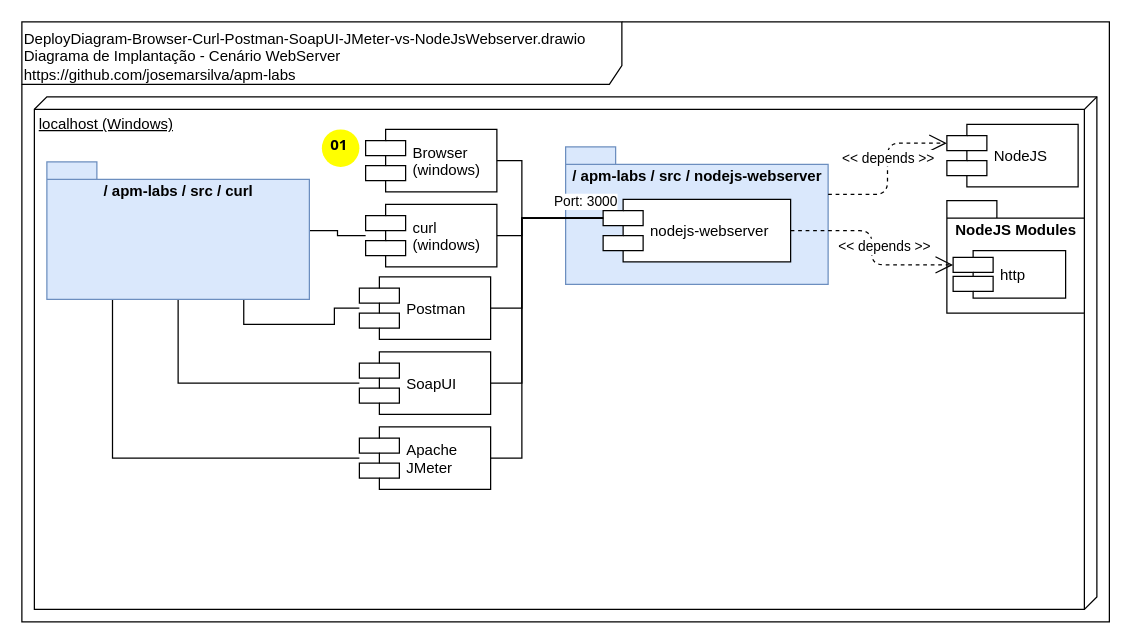
Before: doc/DeployDiagram-Browser-Curl-Postman-SoapUI-JMeter-vs-NodeJsWebserver.drawio in josemarsilva/apm-labs, a draw.io diagram. Source tidied: cells renumbered, new cells numbered last; positions are measured from the earlier drawing's top-left corner, leaving out a move shared by most shapes. Both pictures are drawn from the tidied source at 125%, with x=0, y=0 at pixel (21, 21).
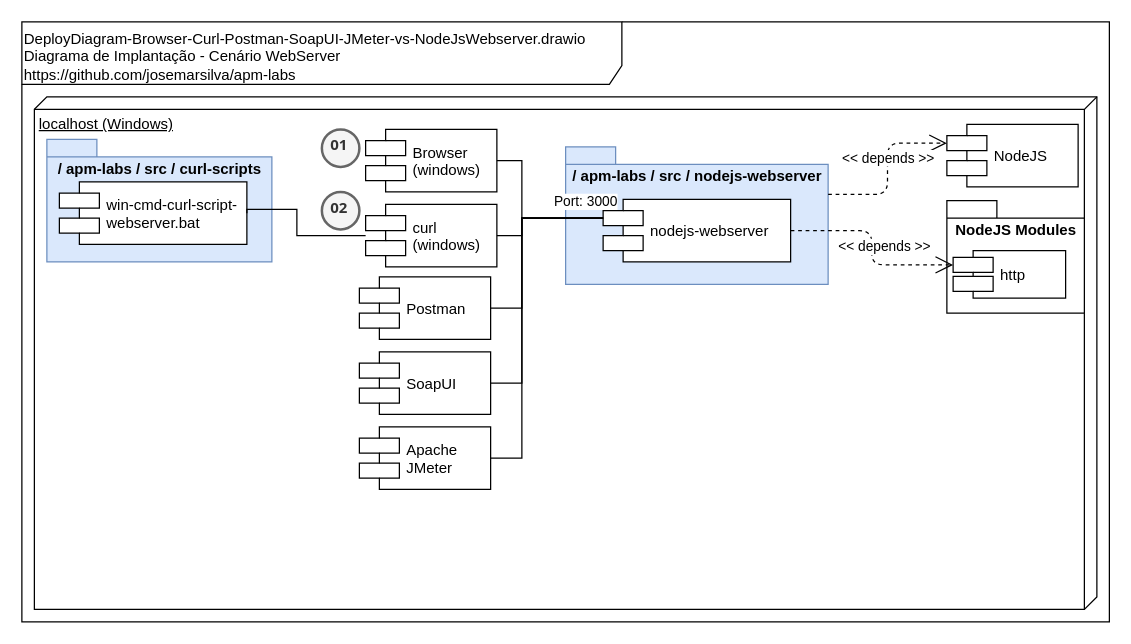
The same page after the edit.

The change refers to these unchanged cells:
```xml
<mxCell id="5" value="curl&#10;(windows)" style="shape=component;align=left;spacingLeft=36;" parent="1" vertex="1">
  <mxGeometry x="275" y="146" width="105" height="50" as="geometry" />
</mxCell>
<mxCell id="7" value="Postman" style="shape=component;align=left;spacingLeft=36;" parent="1" vertex="1">
  <mxGeometry x="270" y="204" width="105" height="50" as="geometry" />
</mxCell>
<mxCell id="10" value="SoapUI" style="shape=component;align=left;spacingLeft=36;" parent="1" vertex="1">
  <mxGeometry x="270" y="264" width="105" height="50" as="geometry" />
</mxCell>
<mxCell id="14" value="Apache&#10;JMeter" style="shape=component;align=left;spacingLeft=36;" parent="1" vertex="1">
  <mxGeometry x="270" y="324" width="105" height="50" as="geometry" />
</mxCell>
```

Diff of the diagram source:
```diff
@@
-    <mxCell id="4" style="edgeStyle=orthogonalEdgeStyle;rounded=0;jettySize=auto;html=1;endArrow=none;endFill=0;fontSize=11;" parent="1" edge="1" source="5" target="27">
-      <mxGeometry relative="1" as="geometry" />
-    </mxCell>
@@
-    <mxCell id="6" style="edgeStyle=orthogonalEdgeStyle;rounded=0;jettySize=auto;html=1;endArrow=none;endFill=0;fontSize=11;entryX=0.75;entryY=1;entryDx=0;entryDy=0;entryPerimeter=0;" parent="1" edge="1" source="7" target="27">
-      <mxGeometry relative="1" as="geometry" />
-    </mxCell>
@@
-    <mxCell id="9" style="edgeStyle=orthogonalEdgeStyle;rounded=0;jettySize=auto;html=1;endArrow=none;endFill=0;fontSize=11;" parent="1" edge="1" source="10" target="27">
-      <mxGeometry relative="1" as="geometry" />
-    </mxCell>
@@
-    <mxCell id="13" style="edgeStyle=orthogonalEdgeStyle;rounded=0;jettySize=auto;html=1;entryX=0.25;entryY=1;entryDx=0;entryDy=0;entryPerimeter=0;endArrow=none;endFill=0;fontSize=11;" parent="1" edge="1" source="14" target="27">
-      <mxGeometry relative="1" as="geometry" />
-    </mxCell>
@@
-    <mxCell id="16" value="01" style="ellipse;whiteSpace=wrap;html=1;strokeWidth=2;fontFamily=Tahoma;spacingBottom=4;spacingRight=2;fillColor=#FFFF00;strokeColor=none;fontStyle=1;" parent="1" vertex="1">
+    <mxCell id="16" value="01" style="ellipse;whiteSpace=wrap;html=1;strokeWidth=2;fontFamily=Tahoma;spacingBottom=4;spacingRight=2;fontStyle=1;fillColor=#f5f5f5;strokeColor=#666666;fontColor=#333333;" parent="1" vertex="1">
       <mxGeometry x="240" y="86" width="30" height="30" as="geometry" />
     </mxCell>
@@
-    <mxCell id="27" value="/ apm-labs / src /&amp;nbsp;&lt;span style=&quot;text-align: left&quot;&gt;curl&lt;/span&gt;" style="shape=folder;fontStyle=1;spacingTop=10;tabWidth=40;tabHeight=14;tabPosition=left;html=1;verticalAlign=top;fillColor=#dae8fc;strokeColor=#6c8ebf;" parent="1" vertex="1">
-      <mxGeometry x="20" y="112" width="210" height="110" as="geometry" />
+    <mxCell id="27" value="/ apm-labs / src /&amp;nbsp;&lt;span style=&quot;text-align: left&quot;&gt;curl-scripts&lt;/span&gt;" style="shape=folder;fontStyle=1;spacingTop=10;tabWidth=40;tabHeight=14;tabPosition=left;html=1;verticalAlign=top;fillColor=#dae8fc;strokeColor=#6c8ebf;" parent="1" vertex="1">
+      <mxGeometry x="20" y="94" width="180" height="98" as="geometry" />
     </mxCell>
+    <mxCell id="28" value="win-cmd-curl-script-&#10;webserver.bat" style="shape=component;align=left;spacingLeft=36;" parent="1" vertex="1">
+      <mxGeometry x="30" y="128" width="150" height="50" as="geometry" />
+    </mxCell>
+    <mxCell id="29" value="02" style="ellipse;whiteSpace=wrap;html=1;strokeWidth=2;fontFamily=Tahoma;spacingBottom=4;spacingRight=2;fontStyle=1;fillColor=#f5f5f5;strokeColor=#666666;fontColor=#333333;" parent="1" vertex="1">
+      <mxGeometry x="240" y="136" width="30" height="30" as="geometry" />
+    </mxCell>
+    <mxCell id="4" style="edgeStyle=orthogonalEdgeStyle;rounded=0;jettySize=auto;html=1;endArrow=none;endFill=0;fontSize=11;entryX=1;entryY=0.5;entryDx=0;entryDy=0;" parent="1" edge="1" source="5" target="28">
+      <mxGeometry relative="1" as="geometry">
+        <Array as="points">
+          <mxPoint x="220" y="171" />
+          <mxPoint x="220" y="150" />
+          <mxPoint x="180" y="150" />
+        </Array>
+      </mxGeometry>
+    </mxCell>
```
